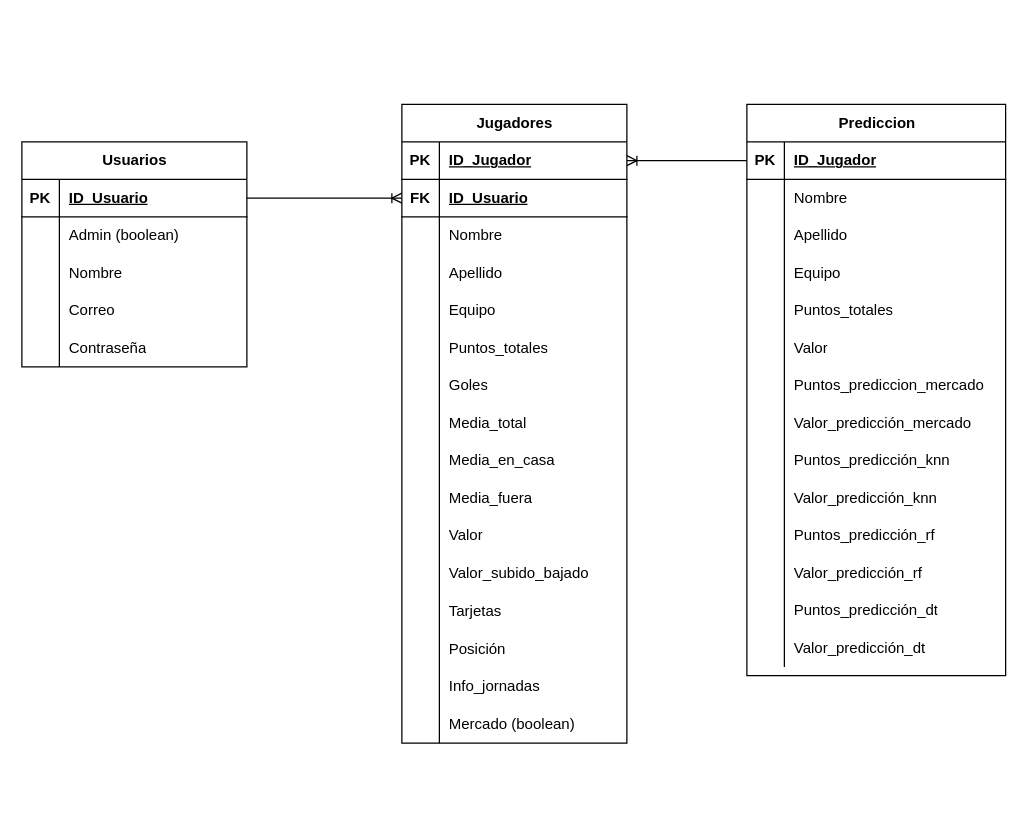
This is Diagramas/Diagrama_ER.drawio from samuu159/proyecto_computacion_2, a draw.io file, before an edit. Source tidied: cells renumbered, new cells numbered last; positions are measured from the earlier drawing's top-left corner, leaving out a move shared by most shapes. Both pictures are drawn from the tidied source at 125%, with x=0, y=0 at pixel (21, 21).
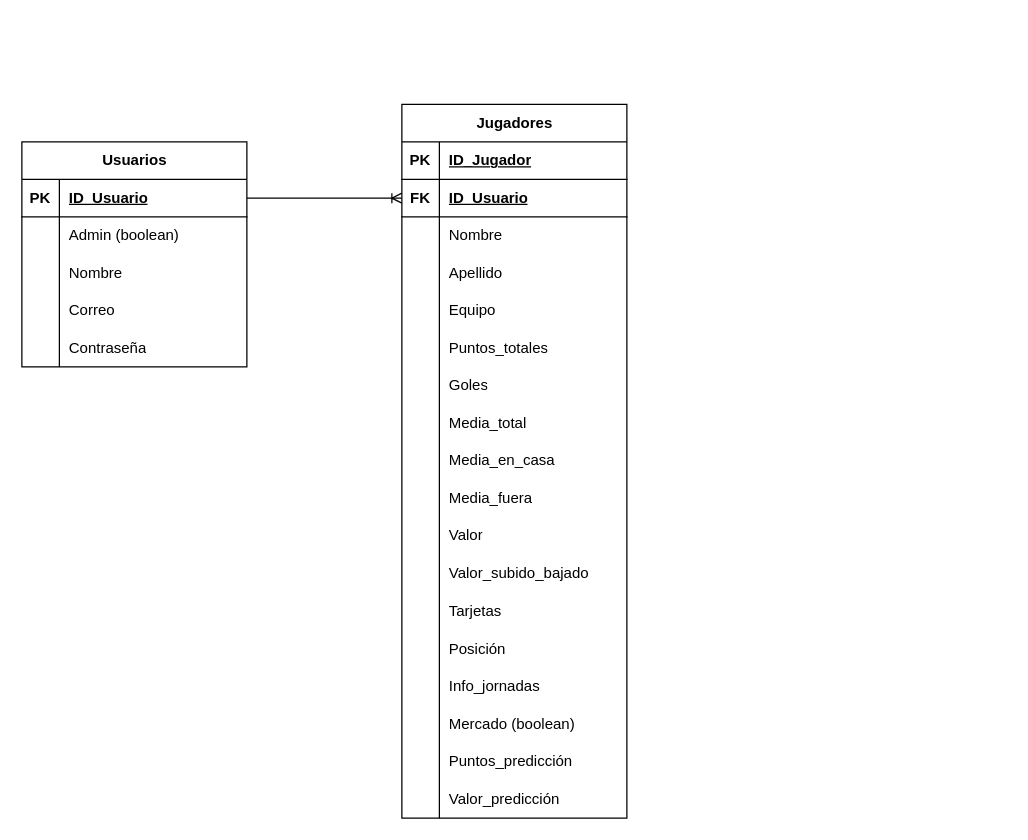
The same diagram, later.

Commit message (it also covers changes not shown here):
Subo equipo.py funcional, actualiza los id_usuario y modelo ER final

Unchanged cells that the change refers to:
```xml
<mxCell id="3" style="shape=tableRow;horizontal=0;startSize=0;swimlaneHead=0;swimlaneBody=0;fillColor=none;points=[[0,0.5],[1,0.5]];portConstraint=eastwest;top=0;left=0;right=0;bottom=1;" parent="2" vertex="1">
  <mxGeometry y="30" width="180" height="30" as="geometry" />
</mxCell>
```

The edit, as a diff of the source:
```diff
@@
     <mxCell id="2" value="Jugadores" style="shape=table;startSize=30;childLayout=tableLayout;rowLines=0;fontStyle=1;align=center;html=1;" parent="1" vertex="1">
-      <mxGeometry x="304" y="66" width="180" height="511" as="geometry" />
+      <mxGeometry x="304" y="66" width="180" height="571" as="geometry" />
     </mxCell>
@@
+    <mxCell id="114" style="shape=tableRow;horizontal=0;startSize=0;swimlaneHead=0;swimlaneBody=0;fillColor=none;top=0;left=0;right=0;bottom=0;" parent="2" vertex="1">
+      <mxGeometry y="511" width="180" height="30" as="geometry" />
+    </mxCell>
+    <mxCell id="115" style="shape=partialRectangle;fillColor=none;top=0;left=0;bottom=0;right=0;overflow=hidden;whiteSpace=wrap;html=1;" parent="114" vertex="1">
+      <mxGeometry width="30" height="30" as="geometry" />
+    </mxCell>
+    <mxCell id="116" value="Puntos_predicción" style="shape=partialRectangle;fillColor=none;top=0;left=0;bottom=0;right=0;align=left;spacingLeft=6;overflow=hidden;whiteSpace=wrap;html=1;" parent="114" vertex="1">
+      <mxGeometry x="30" width="150" height="30" as="geometry" />
+    </mxCell>
+    <mxCell id="117" style="shape=tableRow;horizontal=0;startSize=0;swimlaneHead=0;swimlaneBody=0;fillColor=none;top=0;left=0;right=0;bottom=0;" parent="2" vertex="1">
+      <mxGeometry y="541" width="180" height="30" as="geometry" />
+    </mxCell>
+    <mxCell id="118" style="shape=partialRectangle;fillColor=none;top=0;left=0;bottom=0;right=0;overflow=hidden;whiteSpace=wrap;html=1;" parent="117" vertex="1">
+      <mxGeometry width="30" height="30" as="geometry" />
+    </mxCell>
+    <mxCell id="119" value="Valor_predicción" style="shape=partialRectangle;fillColor=none;top=0;left=0;bottom=0;right=0;align=left;spacingLeft=6;overflow=hidden;whiteSpace=wrap;html=1;" parent="117" vertex="1">
+      <mxGeometry x="30" width="150" height="30" as="geometry" />
+    </mxCell>
@@
-    <mxCell id="67" value="Prediccion" style="shape=table;startSize=30;childLayout=tableLayout;rowLines=0;fontStyle=1;align=center;html=1;" parent="1" vertex="1">
-      <mxGeometry x="580" y="66" width="207" height="457" as="geometry" />
-    </mxCell>
-    <mxCell id="68" style="shape=tableRow;horizontal=0;startSize=0;swimlaneHead=0;swimlaneBody=0;fillColor=none;points=[[0,0.5],[1,0.5]];portConstraint=eastwest;top=0;left=0;right=0;bottom=1;" parent="67" vertex="1">
-      <mxGeometry y="30" width="207" height="30" as="geometry" />
-    </mxCell>
-    <mxCell id="69" value="PK" style="shape=partialRectangle;fillColor=none;top=0;left=0;bottom=0;right=0;fontStyle=1;overflow=hidden;whiteSpace=wrap;html=1;" parent="68" vertex="1">
-      <mxGeometry width="30" height="30" as="geometry" />
-    </mxCell>
-    <mxCell id="70" value="ID_Jugador" style="shape=partialRectangle;fillColor=none;top=0;left=0;bottom=0;right=0;align=left;spacingLeft=6;fontStyle=5;overflow=hidden;whiteSpace=wrap;html=1;" parent="68" vertex="1">
-      <mxGeometry x="30" width="177" height="30" as="geometry" />
-    </mxCell>
-    <mxCell id="71" style="shape=tableRow;horizontal=0;startSize=0;swimlaneHead=0;swimlaneBody=0;fillColor=none;top=0;left=0;right=0;bottom=0;" parent="67" vertex="1">
-      <mxGeometry y="60" width="207" height="30" as="geometry" />
-    </mxCell>
-    <mxCell id="72" style="shape=partialRectangle;fillColor=none;top=0;left=0;bottom=0;right=0;overflow=hidden;whiteSpace=wrap;html=1;" parent="71" vertex="1">
-      <mxGeometry width="30" height="30" as="geometry" />
-    </mxCell>
-    <mxCell id="73" value="Nombre" style="shape=partialRectangle;fillColor=none;top=0;left=0;bottom=0;right=0;align=left;spacingLeft=6;overflow=hidden;whiteSpace=wrap;html=1;" parent="71" vertex="1">
-      <mxGeometry x="30" width="177" height="30" as="geometry" />
-    </mxCell>
-    <mxCell id="74" style="shape=tableRow;horizontal=0;startSize=0;swimlaneHead=0;swimlaneBody=0;fillColor=none;top=0;left=0;right=0;bottom=0;" parent="67" vertex="1">
-      <mxGeometry y="90" width="207" height="30" as="geometry" />
-    </mxCell>
-    <mxCell id="75" style="shape=partialRectangle;fillColor=none;top=0;left=0;bottom=0;right=0;overflow=hidden;whiteSpace=wrap;html=1;" parent="74" vertex="1">
-      <mxGeometry width="30" height="30" as="geometry" />
-    </mxCell>
-    <mxCell id="76" value="Apellido" style="shape=partialRectangle;fillColor=none;top=0;left=0;bottom=0;right=0;align=left;spacingLeft=6;overflow=hidden;whiteSpace=wrap;html=1;" parent="74" vertex="1">
-      <mxGeometry x="30" width="177" height="30" as="geometry" />
-    </mxCell>
-    <mxCell id="77" style="shape=tableRow;horizontal=0;startSize=0;swimlaneHead=0;swimlaneBody=0;fillColor=none;top=0;left=0;right=0;bottom=0;" parent="67" vertex="1">
-      <mxGeometry y="120" width="207" height="30" as="geometry" />
-    </mxCell>
-    <mxCell id="78" style="shape=partialRectangle;fillColor=none;top=0;left=0;bottom=0;right=0;overflow=hidden;whiteSpace=wrap;html=1;" parent="77" vertex="1">
-      <mxGeometry width="30" height="30" as="geometry" />
-    </mxCell>
-    <mxCell id="79" value="Equipo" style="shape=partialRectangle;fillColor=none;top=0;left=0;bottom=0;right=0;align=left;spacingLeft=6;overflow=hidden;whiteSpace=wrap;html=1;" parent="77" vertex="1">
-      <mxGeometry x="30" width="177" height="30" as="geometry" />
-    </mxCell>
-    <mxCell id="80" style="shape=tableRow;horizontal=0;startSize=0;swimlaneHead=0;swimlaneBody=0;fillColor=none;top=0;left=0;right=0;bottom=0;" parent="67" vertex="1">
-      <mxGeometry y="150" width="207" height="30" as="geometry" />
-    </mxCell>
-    <mxCell id="81" style="shape=partialRectangle;fillColor=none;top=0;left=0;bottom=0;right=0;overflow=hidden;whiteSpace=wrap;html=1;" parent="80" vertex="1">
-      <mxGeometry width="30" height="30" as="geometry" />
-    </mxCell>
-    <mxCell id="82" value="Puntos_totales" style="shape=partialRectangle;fillColor=none;top=0;left=0;bottom=0;right=0;align=left;spacingLeft=6;overflow=hidden;whiteSpace=wrap;html=1;" parent="80" vertex="1">
-      <mxGeometry x="30" width="177" height="30" as="geometry" />
-    </mxCell>
-    <mxCell id="83" style="shape=tableRow;horizontal=0;startSize=0;swimlaneHead=0;swimlaneBody=0;fillColor=none;top=0;left=0;right=0;bottom=0;" parent="67" vertex="1">
-      <mxGeometry y="180" width="207" height="30" as="geometry" />
-    </mxCell>
-    <mxCell id="84" style="shape=partialRectangle;fillColor=none;top=0;left=0;bottom=0;right=0;overflow=hidden;whiteSpace=wrap;html=1;" parent="83" vertex="1">
-      <mxGeometry width="30" height="30" as="geometry" />
-    </mxCell>
-    <mxCell id="85" value="Valor" style="shape=partialRectangle;fillColor=none;top=0;left=0;bottom=0;right=0;align=left;spacingLeft=6;overflow=hidden;whiteSpace=wrap;html=1;" parent="83" vertex="1">
-      <mxGeometry x="30" width="177" height="30" as="geometry" />
-    </mxCell>
-    <mxCell id="86" style="shape=tableRow;horizontal=0;startSize=0;swimlaneHead=0;swimlaneBody=0;fillColor=none;top=0;left=0;right=0;bottom=0;" parent="67" vertex="1">
-      <mxGeometry y="210" width="207" height="30" as="geometry" />
-    </mxCell>
-    <mxCell id="87" style="shape=partialRectangle;fillColor=none;top=0;left=0;bottom=0;right=0;overflow=hidden;whiteSpace=wrap;html=1;" parent="86" vertex="1">
-      <mxGeometry width="30" height="30" as="geometry" />
-    </mxCell>
-    <mxCell id="88" value="Puntos_prediccion_mercado" style="shape=partialRectangle;fillColor=none;top=0;left=0;bottom=0;right=0;align=left;spacingLeft=6;overflow=hidden;whiteSpace=wrap;html=1;" parent="86" vertex="1">
-      <mxGeometry x="30" width="177" height="30" as="geometry" />
-    </mxCell>
-    <mxCell id="89" style="shape=tableRow;horizontal=0;startSize=0;swimlaneHead=0;swimlaneBody=0;fillColor=none;top=0;left=0;right=0;bottom=0;" parent="67" vertex="1">
-      <mxGeometry y="240" width="207" height="30" as="geometry" />
-    </mxCell>
-    <mxCell id="90" style="shape=partialRectangle;fillColor=none;top=0;left=0;bottom=0;right=0;overflow=hidden;whiteSpace=wrap;html=1;" parent="89" vertex="1">
-      <mxGeometry width="30" height="30" as="geometry" />
-    </mxCell>
-    <mxCell id="91" value="Valor_predicción_mercado" style="shape=partialRectangle;fillColor=none;top=0;left=0;bottom=0;right=0;align=left;spacingLeft=6;overflow=hidden;whiteSpace=wrap;html=1;" parent="89" vertex="1">
-      <mxGeometry x="30" width="177" height="30" as="geometry" />
-    </mxCell>
-    <mxCell id="92" style="shape=tableRow;horizontal=0;startSize=0;swimlaneHead=0;swimlaneBody=0;fillColor=none;top=0;left=0;right=0;bottom=0;" parent="67" vertex="1">
-      <mxGeometry y="270" width="207" height="30" as="geometry" />
-    </mxCell>
-    <mxCell id="93" style="shape=partialRectangle;fillColor=none;top=0;left=0;bottom=0;right=0;overflow=hidden;whiteSpace=wrap;html=1;" parent="92" vertex="1">
-      <mxGeometry width="30" height="30" as="geometry" />
-    </mxCell>
-    <mxCell id="94" value="Puntos_predicción_knn" style="shape=partialRectangle;fillColor=none;top=0;left=0;bottom=0;right=0;align=left;spacingLeft=6;overflow=hidden;whiteSpace=wrap;html=1;" parent="92" vertex="1">
-      <mxGeometry x="30" width="177" height="30" as="geometry" />
-    </mxCell>
-    <mxCell id="95" style="shape=tableRow;horizontal=0;startSize=0;swimlaneHead=0;swimlaneBody=0;fillColor=none;top=0;left=0;right=0;bottom=0;" parent="67" vertex="1">
-      <mxGeometry y="300" width="207" height="30" as="geometry" />
-    </mxCell>
-    <mxCell id="96" style="shape=partialRectangle;fillColor=none;top=0;left=0;bottom=0;right=0;overflow=hidden;whiteSpace=wrap;html=1;" parent="95" vertex="1">
-      <mxGeometry width="30" height="30" as="geometry" />
-    </mxCell>
-    <mxCell id="97" value="Valor_predicción_knn" style="shape=partialRectangle;fillColor=none;top=0;left=0;bottom=0;right=0;align=left;spacingLeft=6;overflow=hidden;whiteSpace=wrap;html=1;" parent="95" vertex="1">
-      <mxGeometry x="30" width="177" height="30" as="geometry" />
-    </mxCell>
-    <mxCell id="98" style="shape=tableRow;horizontal=0;startSize=0;swimlaneHead=0;swimlaneBody=0;fillColor=none;top=0;left=0;right=0;bottom=0;" parent="67" vertex="1">
-      <mxGeometry y="330" width="207" height="30" as="geometry" />
-    </mxCell>
-    <mxCell id="99" style="shape=partialRectangle;fillColor=none;top=0;left=0;bottom=0;right=0;overflow=hidden;whiteSpace=wrap;html=1;" parent="98" vertex="1">
-      <mxGeometry width="30" height="30" as="geometry" />
-    </mxCell>
-    <mxCell id="100" value="Puntos_predicción_rf" style="shape=partialRectangle;fillColor=none;top=0;left=0;bottom=0;right=0;align=left;spacingLeft=6;overflow=hidden;whiteSpace=wrap;html=1;" parent="98" vertex="1">
-      <mxGeometry x="30" width="177" height="30" as="geometry" />
-    </mxCell>
-    <mxCell id="101" style="shape=tableRow;horizontal=0;startSize=0;swimlaneHead=0;swimlaneBody=0;fillColor=none;top=0;left=0;right=0;bottom=0;" parent="67" vertex="1">
-      <mxGeometry y="360" width="207" height="30" as="geometry" />
-    </mxCell>
-    <mxCell id="102" style="shape=partialRectangle;fillColor=none;top=0;left=0;bottom=0;right=0;overflow=hidden;whiteSpace=wrap;html=1;" parent="101" vertex="1">
-      <mxGeometry width="30" height="30" as="geometry" />
-    </mxCell>
-    <mxCell id="103" value="Valor_predicción_rf" style="shape=partialRectangle;fillColor=none;top=0;left=0;bottom=0;right=0;align=left;spacingLeft=6;overflow=hidden;whiteSpace=wrap;html=1;" parent="101" vertex="1">
-      <mxGeometry x="30" width="177" height="30" as="geometry" />
-    </mxCell>
-    <mxCell id="104" style="shape=tableRow;horizontal=0;startSize=0;swimlaneHead=0;swimlaneBody=0;fillColor=none;top=0;left=0;right=0;bottom=0;" parent="67" vertex="1">
-      <mxGeometry y="390" width="207" height="30" as="geometry" />
-    </mxCell>
-    <mxCell id="105" style="shape=partialRectangle;fillColor=none;top=0;left=0;bottom=0;right=0;overflow=hidden;whiteSpace=wrap;html=1;" parent="104" vertex="1">
-      <mxGeometry width="30" height="30" as="geometry" />
-    </mxCell>
-    <mxCell id="106" value="Puntos_predicción_dt" style="shape=partialRectangle;fillColor=none;top=0;left=0;bottom=0;right=0;align=left;spacingLeft=6;overflow=hidden;whiteSpace=wrap;html=1;" parent="104" vertex="1">
-      <mxGeometry x="30" width="177" height="30" as="geometry" />
-    </mxCell>
-    <mxCell id="107" style="shape=tableRow;horizontal=0;startSize=0;swimlaneHead=0;swimlaneBody=0;fillColor=none;top=0;left=0;right=0;bottom=0;" parent="67" vertex="1">
-      <mxGeometry y="420" width="207" height="30" as="geometry" />
-    </mxCell>
-    <mxCell id="108" style="shape=partialRectangle;fillColor=none;top=0;left=0;bottom=0;right=0;overflow=hidden;whiteSpace=wrap;html=1;" parent="107" vertex="1">
-      <mxGeometry width="30" height="30" as="geometry" />
-    </mxCell>
-    <mxCell id="109" value="Valor_predicción_dt" style="shape=partialRectangle;fillColor=none;top=0;left=0;bottom=0;right=0;align=left;spacingLeft=6;overflow=hidden;whiteSpace=wrap;html=1;" parent="107" vertex="1">
-      <mxGeometry x="30" width="177" height="30" as="geometry" />
-    </mxCell>
@@
-    <mxCell id="113" style="edgeStyle=entityRelationEdgeStyle;fontSize=12;html=1;endArrow=ERoneToMany;rounded=0;exitX=0;exitY=0.5;exitDx=0;exitDy=0;entryX=1;entryY=0.5;entryDx=0;entryDy=0;" parent="1" edge="1" source="68" target="3">
-      <mxGeometry relative="1" as="geometry" />
-    </mxCell>
```
